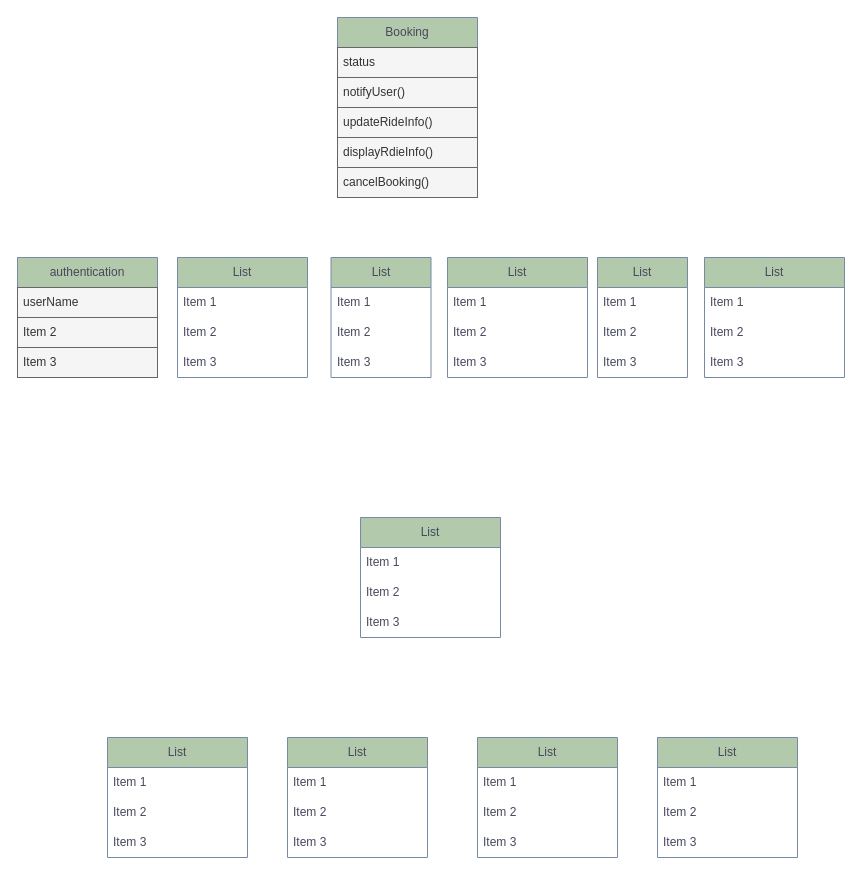
Above: Class Diagram.drawio in fatahrahimi330/21Number_game (draw.io), before the change. Source tidied: cells renumbered, new cells numbered last; positions are measured from the earlier drawing's top-left corner, leaving out a move shared by most shapes. Both pictures are drawn from the tidied source at 100%, with x=0, y=0 at pixel (17, 17).
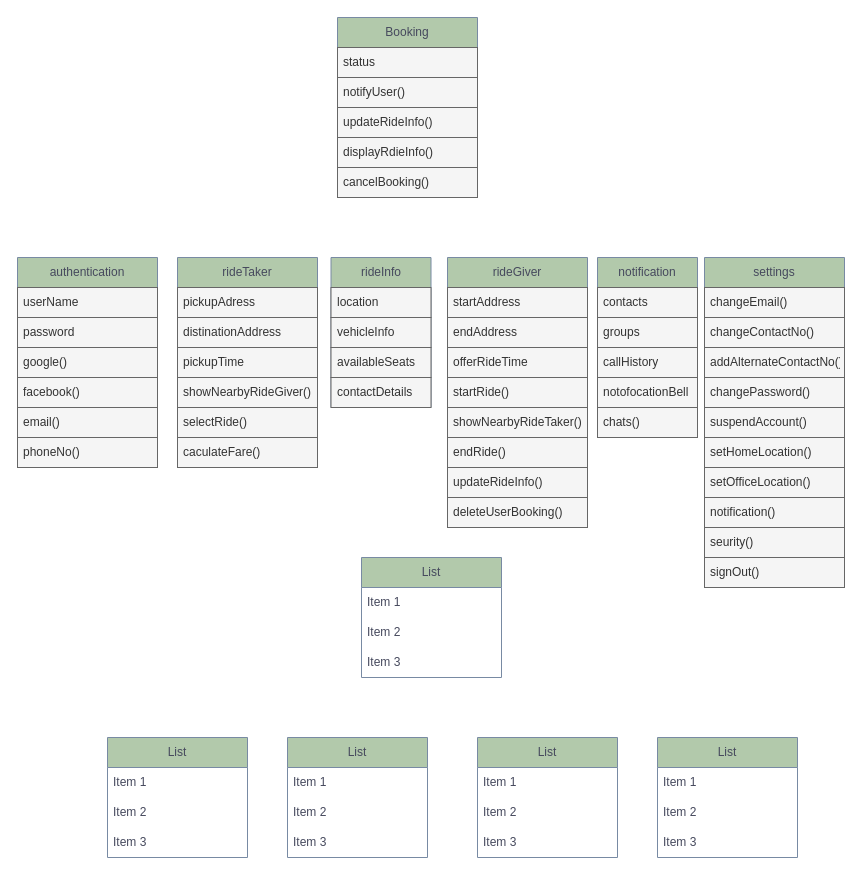
The same page after the edit.

Diff of the diagram source:
```diff
@@
-    <mxCell id="2" value="List" style="swimlane;fontStyle=0;horizontal=1;startSize=30;whiteSpace=wrap;html=1;labelBackgroundColor=none;fillColor=#B2C9AB;strokeColor=#788AA3;fontColor=#46495D;" parent="1" vertex="1">
-      <mxGeometry x="160" y="240" width="130" height="120" as="geometry" />
+    <mxCell id="2" value="rideTaker" style="swimlane;fontStyle=0;horizontal=1;startSize=30;whiteSpace=wrap;html=1;labelBackgroundColor=none;fillColor=#B2C9AB;strokeColor=#788AA3;fontColor=#46495D;" parent="1" vertex="1">
+      <mxGeometry x="160" y="240" width="140" height="210" as="geometry" />
     </mxCell>
-    <mxCell id="3" value="Item 1" style="text;strokeColor=none;fillColor=none;align=left;verticalAlign=middle;spacingLeft=4;spacingRight=4;overflow=hidden;whiteSpace=wrap;html=1;labelBackgroundColor=none;fontColor=#46495D;" parent="2" vertex="1">
-      <mxGeometry y="30" width="130" height="30" as="geometry" />
+    <mxCell id="3" value="pickupAdress" style="text;strokeColor=#666666;fillColor=#f5f5f5;align=left;verticalAlign=middle;spacingLeft=4;spacingRight=4;overflow=hidden;whiteSpace=wrap;html=1;labelBackgroundColor=none;fontColor=#333333;" parent="2" vertex="1">
+      <mxGeometry y="30" width="140" height="30" as="geometry" />
     </mxCell>
-    <mxCell id="4" value="Item 2" style="text;strokeColor=none;fillColor=none;align=left;verticalAlign=middle;spacingLeft=4;spacingRight=4;overflow=hidden;whiteSpace=wrap;html=1;labelBackgroundColor=none;fontColor=#46495D;" parent="2" vertex="1">
-      <mxGeometry y="60" width="130" height="30" as="geometry" />
+    <mxCell id="4" value="distinationAddress" style="text;strokeColor=#666666;fillColor=#f5f5f5;align=left;verticalAlign=middle;spacingLeft=4;spacingRight=4;overflow=hidden;whiteSpace=wrap;html=1;labelBackgroundColor=none;fontColor=#333333;" parent="2" vertex="1">
+      <mxGeometry y="60" width="140" height="30" as="geometry" />
     </mxCell>
-    <mxCell id="5" value="Item 3" style="text;strokeColor=none;fillColor=none;align=left;verticalAlign=middle;spacingLeft=4;spacingRight=4;overflow=hidden;whiteSpace=wrap;html=1;labelBackgroundColor=none;fontColor=#46495D;" parent="2" vertex="1">
-      <mxGeometry y="90" width="130" height="30" as="geometry" />
+    <mxCell id="5" value="pickupTime" style="text;strokeColor=#666666;fillColor=#f5f5f5;align=left;verticalAlign=middle;spacingLeft=4;spacingRight=4;overflow=hidden;whiteSpace=wrap;html=1;labelBackgroundColor=none;fontColor=#333333;" parent="2" vertex="1">
+      <mxGeometry y="90" width="140" height="30" as="geometry" />
     </mxCell>
+    <mxCell id="52" value="showNearbyRideGiver()" style="text;strokeColor=#666666;fillColor=#f5f5f5;align=left;verticalAlign=middle;spacingLeft=4;spacingRight=4;overflow=hidden;whiteSpace=wrap;html=1;labelBackgroundColor=none;fontColor=#333333;" parent="2" vertex="1">
+      <mxGeometry y="120" width="140" height="30" as="geometry" />
+    </mxCell>
+    <mxCell id="53" value="selectRide()" style="text;strokeColor=#666666;fillColor=#f5f5f5;align=left;verticalAlign=middle;spacingLeft=4;spacingRight=4;overflow=hidden;whiteSpace=wrap;html=1;labelBackgroundColor=none;fontColor=#333333;" parent="2" vertex="1">
+      <mxGeometry y="150" width="140" height="30" as="geometry" />
+    </mxCell>
+    <mxCell id="54" value="caculateFare()" style="text;strokeColor=#666666;fillColor=#f5f5f5;align=left;verticalAlign=middle;spacingLeft=4;spacingRight=4;overflow=hidden;whiteSpace=wrap;html=1;labelBackgroundColor=none;fontColor=#333333;" parent="2" vertex="1">
+      <mxGeometry y="180" width="140" height="30" as="geometry" />
+    </mxCell>
     <mxCell id="6" value="authentication" style="swimlane;fontStyle=0;horizontal=1;startSize=30;whiteSpace=wrap;html=1;labelBackgroundColor=none;fillColor=#B2C9AB;strokeColor=#788AA3;fontColor=#46495D;" parent="1" vertex="1">
-      <mxGeometry y="240" width="140" height="120" as="geometry" />
+      <mxGeometry y="240" width="140" height="210" as="geometry" />
     </mxCell>
-    <mxCell id="7" value="&lt;span style=&quot;background-color: initial;&quot;&gt;userName&lt;/span&gt;" style="text;strokeColor=#666666;fillColor=#f5f5f5;align=left;verticalAlign=middle;spacingLeft=4;spacingRight=4;overflow=hidden;whiteSpace=wrap;html=1;labelBackgroundColor=none;fontColor=#333333;" parent="6" vertex="1">
+    <mxCell id="7" value="userName" style="text;strokeColor=#666666;fillColor=#f5f5f5;align=left;verticalAlign=middle;spacingLeft=4;spacingRight=4;overflow=hidden;whiteSpace=wrap;html=1;labelBackgroundColor=none;fontColor=#333333;" parent="6" vertex="1">
       <mxGeometry y="30" width="140" height="30" as="geometry" />
     </mxCell>
-    <mxCell id="8" value="Item 2" style="text;strokeColor=#666666;fillColor=#f5f5f5;align=left;verticalAlign=middle;spacingLeft=4;spacingRight=4;overflow=hidden;whiteSpace=wrap;html=1;labelBackgroundColor=none;fontColor=#333333;" parent="6" vertex="1">
+    <mxCell id="8" value="password" style="text;strokeColor=#666666;fillColor=#f5f5f5;align=left;verticalAlign=middle;spacingLeft=4;spacingRight=4;overflow=hidden;whiteSpace=wrap;html=1;labelBackgroundColor=none;fontColor=#333333;" parent="6" vertex="1">
       <mxGeometry y="60" width="140" height="30" as="geometry" />
     </mxCell>
-    <mxCell id="9" value="Item 3" style="text;strokeColor=#666666;fillColor=#f5f5f5;align=left;verticalAlign=middle;spacingLeft=4;spacingRight=4;overflow=hidden;whiteSpace=wrap;html=1;labelBackgroundColor=none;fontColor=#333333;" parent="6" vertex="1">
+    <mxCell id="9" value="google()" style="text;strokeColor=#666666;fillColor=#f5f5f5;align=left;verticalAlign=middle;spacingLeft=4;spacingRight=4;overflow=hidden;whiteSpace=wrap;html=1;labelBackgroundColor=none;fontColor=#333333;" parent="6" vertex="1">
       <mxGeometry y="90" width="140" height="30" as="geometry" />
     </mxCell>
+    <mxCell id="55" value="facebook()" style="text;strokeColor=#666666;fillColor=#f5f5f5;align=left;verticalAlign=middle;spacingLeft=4;spacingRight=4;overflow=hidden;whiteSpace=wrap;html=1;labelBackgroundColor=none;fontColor=#333333;" parent="6" vertex="1">
+      <mxGeometry y="120" width="140" height="30" as="geometry" />
+    </mxCell>
+    <mxCell id="56" value="email()" style="text;strokeColor=#666666;fillColor=#f5f5f5;align=left;verticalAlign=middle;spacingLeft=4;spacingRight=4;overflow=hidden;whiteSpace=wrap;html=1;labelBackgroundColor=none;fontColor=#333333;" parent="6" vertex="1">
+      <mxGeometry y="150" width="140" height="30" as="geometry" />
+    </mxCell>
+    <mxCell id="57" value="phoneNo()" style="text;strokeColor=#666666;fillColor=#f5f5f5;align=left;verticalAlign=middle;spacingLeft=4;spacingRight=4;overflow=hidden;whiteSpace=wrap;html=1;labelBackgroundColor=none;fontColor=#333333;" parent="6" vertex="1">
+      <mxGeometry y="180" width="140" height="30" as="geometry" />
+    </mxCell>
-    <mxCell id="10" value="List" style="swimlane;fontStyle=0;horizontal=1;startSize=30;whiteSpace=wrap;html=1;labelBackgroundColor=none;fillColor=#B2C9AB;strokeColor=#788AA3;fontColor=#46495D;" parent="1" vertex="1">
-      <mxGeometry x="313.5" y="240" width="100" height="120" as="geometry" />
+    <mxCell id="10" value="rideInfo" style="swimlane;fontStyle=0;horizontal=1;startSize=30;whiteSpace=wrap;html=1;labelBackgroundColor=none;fillColor=#B2C9AB;strokeColor=#788AA3;fontColor=#46495D;" parent="1" vertex="1">
+      <mxGeometry x="313.5" y="240" width="100" height="150" as="geometry" />
     </mxCell>
-    <mxCell id="11" value="Item 1" style="text;strokeColor=none;fillColor=none;align=left;verticalAlign=middle;spacingLeft=4;spacingRight=4;overflow=hidden;whiteSpace=wrap;html=1;labelBackgroundColor=none;fontColor=#46495D;" parent="10" vertex="1">
+    <mxCell id="11" value="location" style="text;strokeColor=#666666;fillColor=#f5f5f5;align=left;verticalAlign=middle;spacingLeft=4;spacingRight=4;overflow=hidden;whiteSpace=wrap;html=1;labelBackgroundColor=none;fontColor=#333333;" parent="10" vertex="1">
       <mxGeometry y="30" width="100" height="30" as="geometry" />
     </mxCell>
-    <mxCell id="12" value="Item 2" style="text;strokeColor=none;fillColor=none;align=left;verticalAlign=middle;spacingLeft=4;spacingRight=4;overflow=hidden;whiteSpace=wrap;html=1;labelBackgroundColor=none;fontColor=#46495D;" parent="10" vertex="1">
+    <mxCell id="12" value="vehicleInfo" style="text;strokeColor=#666666;fillColor=#f5f5f5;align=left;verticalAlign=middle;spacingLeft=4;spacingRight=4;overflow=hidden;whiteSpace=wrap;html=1;labelBackgroundColor=none;fontColor=#333333;" parent="10" vertex="1">
       <mxGeometry y="60" width="100" height="30" as="geometry" />
     </mxCell>
-    <mxCell id="13" value="Item 3" style="text;strokeColor=none;fillColor=none;align=left;verticalAlign=middle;spacingLeft=4;spacingRight=4;overflow=hidden;whiteSpace=wrap;html=1;labelBackgroundColor=none;fontColor=#46495D;" parent="10" vertex="1">
+    <mxCell id="13" value="availableSeats" style="text;strokeColor=#666666;fillColor=#f5f5f5;align=left;verticalAlign=middle;spacingLeft=4;spacingRight=4;overflow=hidden;whiteSpace=wrap;html=1;labelBackgroundColor=none;fontColor=#333333;" parent="10" vertex="1">
       <mxGeometry y="90" width="100" height="30" as="geometry" />
     </mxCell>
+    <mxCell id="58" value="contactDetails" style="text;strokeColor=#666666;fillColor=#f5f5f5;align=left;verticalAlign=middle;spacingLeft=4;spacingRight=4;overflow=hidden;whiteSpace=wrap;html=1;labelBackgroundColor=none;fontColor=#333333;" parent="10" vertex="1">
+      <mxGeometry y="120" width="100" height="30" as="geometry" />
+    </mxCell>
-    <mxCell id="14" value="List" style="swimlane;fontStyle=0;horizontal=1;startSize=30;whiteSpace=wrap;html=1;labelBackgroundColor=none;fillColor=#B2C9AB;strokeColor=#788AA3;fontColor=#46495D;" parent="1" vertex="1">
-      <mxGeometry x="430" y="240" width="140" height="120" as="geometry" />
+    <mxCell id="14" value="rideGiver" style="swimlane;fontStyle=0;horizontal=1;startSize=30;whiteSpace=wrap;html=1;labelBackgroundColor=none;fillColor=#B2C9AB;strokeColor=#788AA3;fontColor=#46495D;" parent="1" vertex="1">
+      <mxGeometry x="430" y="240" width="140" height="270" as="geometry" />
     </mxCell>
-    <mxCell id="15" value="Item 1" style="text;strokeColor=none;fillColor=none;align=left;verticalAlign=middle;spacingLeft=4;spacingRight=4;overflow=hidden;whiteSpace=wrap;html=1;labelBackgroundColor=none;fontColor=#46495D;" parent="14" vertex="1">
+    <mxCell id="15" value="startAddress" style="text;strokeColor=#666666;fillColor=#f5f5f5;align=left;verticalAlign=middle;spacingLeft=4;spacingRight=4;overflow=hidden;whiteSpace=wrap;html=1;labelBackgroundColor=none;fontColor=#333333;" parent="14" vertex="1">
       <mxGeometry y="30" width="140" height="30" as="geometry" />
     </mxCell>
-    <mxCell id="16" value="Item 2" style="text;strokeColor=none;fillColor=none;align=left;verticalAlign=middle;spacingLeft=4;spacingRight=4;overflow=hidden;whiteSpace=wrap;html=1;labelBackgroundColor=none;fontColor=#46495D;" parent="14" vertex="1">
+    <mxCell id="16" value="endAddress" style="text;strokeColor=#666666;fillColor=#f5f5f5;align=left;verticalAlign=middle;spacingLeft=4;spacingRight=4;overflow=hidden;whiteSpace=wrap;html=1;labelBackgroundColor=none;fontColor=#333333;" parent="14" vertex="1">
       <mxGeometry y="60" width="140" height="30" as="geometry" />
     </mxCell>
-    <mxCell id="17" value="Item 3" style="text;strokeColor=none;fillColor=none;align=left;verticalAlign=middle;spacingLeft=4;spacingRight=4;overflow=hidden;whiteSpace=wrap;html=1;labelBackgroundColor=none;fontColor=#46495D;" parent="14" vertex="1">
+    <mxCell id="17" value="offerRideTime" style="text;strokeColor=#666666;fillColor=#f5f5f5;align=left;verticalAlign=middle;spacingLeft=4;spacingRight=4;overflow=hidden;whiteSpace=wrap;html=1;labelBackgroundColor=none;fontColor=#333333;" parent="14" vertex="1">
       <mxGeometry y="90" width="140" height="30" as="geometry" />
     </mxCell>
+    <mxCell id="59" value="startRide()" style="text;strokeColor=#666666;fillColor=#f5f5f5;align=left;verticalAlign=middle;spacingLeft=4;spacingRight=4;overflow=hidden;whiteSpace=wrap;html=1;labelBackgroundColor=none;fontColor=#333333;" parent="14" vertex="1">
+      <mxGeometry y="120" width="140" height="30" as="geometry" />
+    </mxCell>
+    <mxCell id="60" value="showNearbyRideTaker()" style="text;strokeColor=#666666;fillColor=#f5f5f5;align=left;verticalAlign=middle;spacingLeft=4;spacingRight=4;overflow=hidden;whiteSpace=wrap;html=1;labelBackgroundColor=none;fontColor=#333333;" parent="14" vertex="1">
+      <mxGeometry y="150" width="140" height="30" as="geometry" />
+    </mxCell>
+    <mxCell id="61" value="endRide()" style="text;strokeColor=#666666;fillColor=#f5f5f5;align=left;verticalAlign=middle;spacingLeft=4;spacingRight=4;overflow=hidden;whiteSpace=wrap;html=1;labelBackgroundColor=none;fontColor=#333333;" parent="14" vertex="1">
+      <mxGeometry y="180" width="140" height="30" as="geometry" />
+    </mxCell>
+    <mxCell id="62" value="updateRideInfo()" style="text;strokeColor=#666666;fillColor=#f5f5f5;align=left;verticalAlign=middle;spacingLeft=4;spacingRight=4;overflow=hidden;whiteSpace=wrap;html=1;labelBackgroundColor=none;fontColor=#333333;" parent="14" vertex="1">
+      <mxGeometry y="210" width="140" height="30" as="geometry" />
+    </mxCell>
+    <mxCell id="63" value="deleteUserBooking()" style="text;strokeColor=#666666;fillColor=#f5f5f5;align=left;verticalAlign=middle;spacingLeft=4;spacingRight=4;overflow=hidden;whiteSpace=wrap;html=1;labelBackgroundColor=none;fontColor=#333333;" parent="14" vertex="1">
+      <mxGeometry y="240" width="140" height="30" as="geometry" />
+    </mxCell>
-    <mxCell id="18" value="List" style="swimlane;fontStyle=0;horizontal=1;startSize=30;whiteSpace=wrap;html=1;labelBackgroundColor=none;fillColor=#B2C9AB;strokeColor=#788AA3;fontColor=#46495D;" parent="1" vertex="1">
-      <mxGeometry x="580" y="240" width="90" height="120" as="geometry" />
+    <mxCell id="18" value="notification" style="swimlane;fontStyle=0;horizontal=1;startSize=30;whiteSpace=wrap;html=1;labelBackgroundColor=none;fillColor=#B2C9AB;strokeColor=#788AA3;fontColor=#46495D;" parent="1" vertex="1">
+      <mxGeometry x="580" y="240" width="100" height="180" as="geometry" />
     </mxCell>
-    <mxCell id="19" value="Item 1" style="text;strokeColor=none;fillColor=none;align=left;verticalAlign=middle;spacingLeft=4;spacingRight=4;overflow=hidden;whiteSpace=wrap;html=1;labelBackgroundColor=none;fontColor=#46495D;" parent="18" vertex="1">
-      <mxGeometry y="30" width="90" height="30" as="geometry" />
+    <mxCell id="19" value="contacts" style="text;strokeColor=#666666;fillColor=#f5f5f5;align=left;verticalAlign=middle;spacingLeft=4;spacingRight=4;overflow=hidden;whiteSpace=wrap;html=1;labelBackgroundColor=none;fontColor=#333333;" parent="18" vertex="1">
+      <mxGeometry y="30" width="100" height="30" as="geometry" />
     </mxCell>
-    <mxCell id="20" value="Item 2" style="text;strokeColor=none;fillColor=none;align=left;verticalAlign=middle;spacingLeft=4;spacingRight=4;overflow=hidden;whiteSpace=wrap;html=1;labelBackgroundColor=none;fontColor=#46495D;" parent="18" vertex="1">
-      <mxGeometry y="60" width="90" height="30" as="geometry" />
+    <mxCell id="20" value="groups" style="text;strokeColor=#666666;fillColor=#f5f5f5;align=left;verticalAlign=middle;spacingLeft=4;spacingRight=4;overflow=hidden;whiteSpace=wrap;html=1;labelBackgroundColor=none;fontColor=#333333;" parent="18" vertex="1">
+      <mxGeometry y="60" width="100" height="30" as="geometry" />
     </mxCell>
-    <mxCell id="21" value="Item 3" style="text;strokeColor=none;fillColor=none;align=left;verticalAlign=middle;spacingLeft=4;spacingRight=4;overflow=hidden;whiteSpace=wrap;html=1;labelBackgroundColor=none;fontColor=#46495D;" parent="18" vertex="1">
-      <mxGeometry y="90" width="90" height="30" as="geometry" />
+    <mxCell id="21" value="callHistory" style="text;strokeColor=#666666;fillColor=#f5f5f5;align=left;verticalAlign=middle;spacingLeft=4;spacingRight=4;overflow=hidden;whiteSpace=wrap;html=1;labelBackgroundColor=none;fontColor=#333333;" parent="18" vertex="1">
+      <mxGeometry y="90" width="100" height="30" as="geometry" />
     </mxCell>
+    <mxCell id="64" value="notofocationBell" style="text;strokeColor=#666666;fillColor=#f5f5f5;align=left;verticalAlign=middle;spacingLeft=4;spacingRight=4;overflow=hidden;whiteSpace=wrap;html=1;labelBackgroundColor=none;fontColor=#333333;" parent="18" vertex="1">
+      <mxGeometry y="120" width="100" height="30" as="geometry" />
+    </mxCell>
+    <mxCell id="65" value="chats()" style="text;strokeColor=#666666;fillColor=#f5f5f5;align=left;verticalAlign=middle;spacingLeft=4;spacingRight=4;overflow=hidden;whiteSpace=wrap;html=1;labelBackgroundColor=none;fontColor=#333333;" parent="18" vertex="1">
+      <mxGeometry y="150" width="100" height="30" as="geometry" />
+    </mxCell>
-    <mxCell id="22" value="List" style="swimlane;fontStyle=0;horizontal=1;startSize=30;whiteSpace=wrap;html=1;labelBackgroundColor=none;fillColor=#B2C9AB;strokeColor=#788AA3;fontColor=#46495D;" parent="1" vertex="1">
-      <mxGeometry x="687" y="240" width="140" height="120" as="geometry" />
+    <mxCell id="22" value="settings" style="swimlane;fontStyle=0;horizontal=1;startSize=30;whiteSpace=wrap;html=1;labelBackgroundColor=none;fillColor=#B2C9AB;strokeColor=#788AA3;fontColor=#46495D;" parent="1" vertex="1">
+      <mxGeometry x="687" y="240" width="140" height="330" as="geometry" />
     </mxCell>
-    <mxCell id="23" value="Item 1" style="text;strokeColor=none;fillColor=none;align=left;verticalAlign=middle;spacingLeft=4;spacingRight=4;overflow=hidden;whiteSpace=wrap;html=1;labelBackgroundColor=none;fontColor=#46495D;" parent="22" vertex="1">
+    <mxCell id="23" value="changeEmail()" style="text;strokeColor=#666666;fillColor=#f5f5f5;align=left;verticalAlign=middle;spacingLeft=4;spacingRight=4;overflow=hidden;whiteSpace=wrap;html=1;labelBackgroundColor=none;fontColor=#333333;" parent="22" vertex="1">
       <mxGeometry y="30" width="140" height="30" as="geometry" />
     </mxCell>
-    <mxCell id="24" value="Item 2" style="text;strokeColor=none;fillColor=none;align=left;verticalAlign=middle;spacingLeft=4;spacingRight=4;overflow=hidden;whiteSpace=wrap;html=1;labelBackgroundColor=none;fontColor=#46495D;" parent="22" vertex="1">
+    <mxCell id="24" value="changeContactNo()" style="text;strokeColor=#666666;fillColor=#f5f5f5;align=left;verticalAlign=middle;spacingLeft=4;spacingRight=4;overflow=hidden;whiteSpace=wrap;html=1;labelBackgroundColor=none;fontColor=#333333;" parent="22" vertex="1">
       <mxGeometry y="60" width="140" height="30" as="geometry" />
     </mxCell>
-    <mxCell id="25" value="Item 3" style="text;strokeColor=none;fillColor=none;align=left;verticalAlign=middle;spacingLeft=4;spacingRight=4;overflow=hidden;whiteSpace=wrap;html=1;labelBackgroundColor=none;fontColor=#46495D;" parent="22" vertex="1">
+    <mxCell id="25" value="addAlternateContactNo()" style="text;strokeColor=#666666;fillColor=#f5f5f5;align=left;verticalAlign=middle;spacingLeft=4;spacingRight=4;overflow=hidden;whiteSpace=wrap;html=1;labelBackgroundColor=none;fontColor=#333333;" parent="22" vertex="1">
       <mxGeometry y="90" width="140" height="30" as="geometry" />
     </mxCell>
+    <mxCell id="66" value="changePassword()" style="text;strokeColor=#666666;fillColor=#f5f5f5;align=left;verticalAlign=middle;spacingLeft=4;spacingRight=4;overflow=hidden;whiteSpace=wrap;html=1;labelBackgroundColor=none;fontColor=#333333;" parent="22" vertex="1">
+      <mxGeometry y="120" width="140" height="30" as="geometry" />
+    </mxCell>
+    <mxCell id="67" value="suspendAccount()" style="text;strokeColor=#666666;fillColor=#f5f5f5;align=left;verticalAlign=middle;spacingLeft=4;spacingRight=4;overflow=hidden;whiteSpace=wrap;html=1;labelBackgroundColor=none;fontColor=#333333;" parent="22" vertex="1">
+      <mxGeometry y="150" width="140" height="30" as="geometry" />
+    </mxCell>
+    <mxCell id="68" value="setHomeLocation()" style="text;strokeColor=#666666;fillColor=#f5f5f5;align=left;verticalAlign=middle;spacingLeft=4;spacingRight=4;overflow=hidden;whiteSpace=wrap;html=1;labelBackgroundColor=none;fontColor=#333333;" parent="22" vertex="1">
+      <mxGeometry y="180" width="140" height="30" as="geometry" />
+    </mxCell>
+    <mxCell id="69" value="setOfficeLocation()" style="text;strokeColor=#666666;fillColor=#f5f5f5;align=left;verticalAlign=middle;spacingLeft=4;spacingRight=4;overflow=hidden;whiteSpace=wrap;html=1;labelBackgroundColor=none;fontColor=#333333;" parent="22" vertex="1">
+      <mxGeometry y="210" width="140" height="30" as="geometry" />
+    </mxCell>
+    <mxCell id="70" value="notification()" style="text;strokeColor=#666666;fillColor=#f5f5f5;align=left;verticalAlign=middle;spacingLeft=4;spacingRight=4;overflow=hidden;whiteSpace=wrap;html=1;labelBackgroundColor=none;fontColor=#333333;" parent="22" vertex="1">
+      <mxGeometry y="240" width="140" height="30" as="geometry" />
+    </mxCell>
+    <mxCell id="71" value="seurity()" style="text;strokeColor=#666666;fillColor=#f5f5f5;align=left;verticalAlign=middle;spacingLeft=4;spacingRight=4;overflow=hidden;whiteSpace=wrap;html=1;labelBackgroundColor=none;fontColor=#333333;" parent="22" vertex="1">
+      <mxGeometry y="270" width="140" height="30" as="geometry" />
+    </mxCell>
+    <mxCell id="72" value="signOut()" style="text;strokeColor=#666666;fillColor=#f5f5f5;align=left;verticalAlign=middle;spacingLeft=4;spacingRight=4;overflow=hidden;whiteSpace=wrap;html=1;labelBackgroundColor=none;fontColor=#333333;" parent="22" vertex="1">
+      <mxGeometry y="300" width="140" height="30" as="geometry" />
+    </mxCell>
     <mxCell id="26" value="List" style="swimlane;fontStyle=0;horizontal=1;startSize=30;whiteSpace=wrap;html=1;labelBackgroundColor=none;fillColor=#B2C9AB;strokeColor=#788AA3;fontColor=#46495D;" parent="1" vertex="1">
-      <mxGeometry x="343" y="500" width="140" height="120" as="geometry" />
+      <mxGeometry x="344" y="540" width="140" height="120" as="geometry" />
     </mxCell>
```
